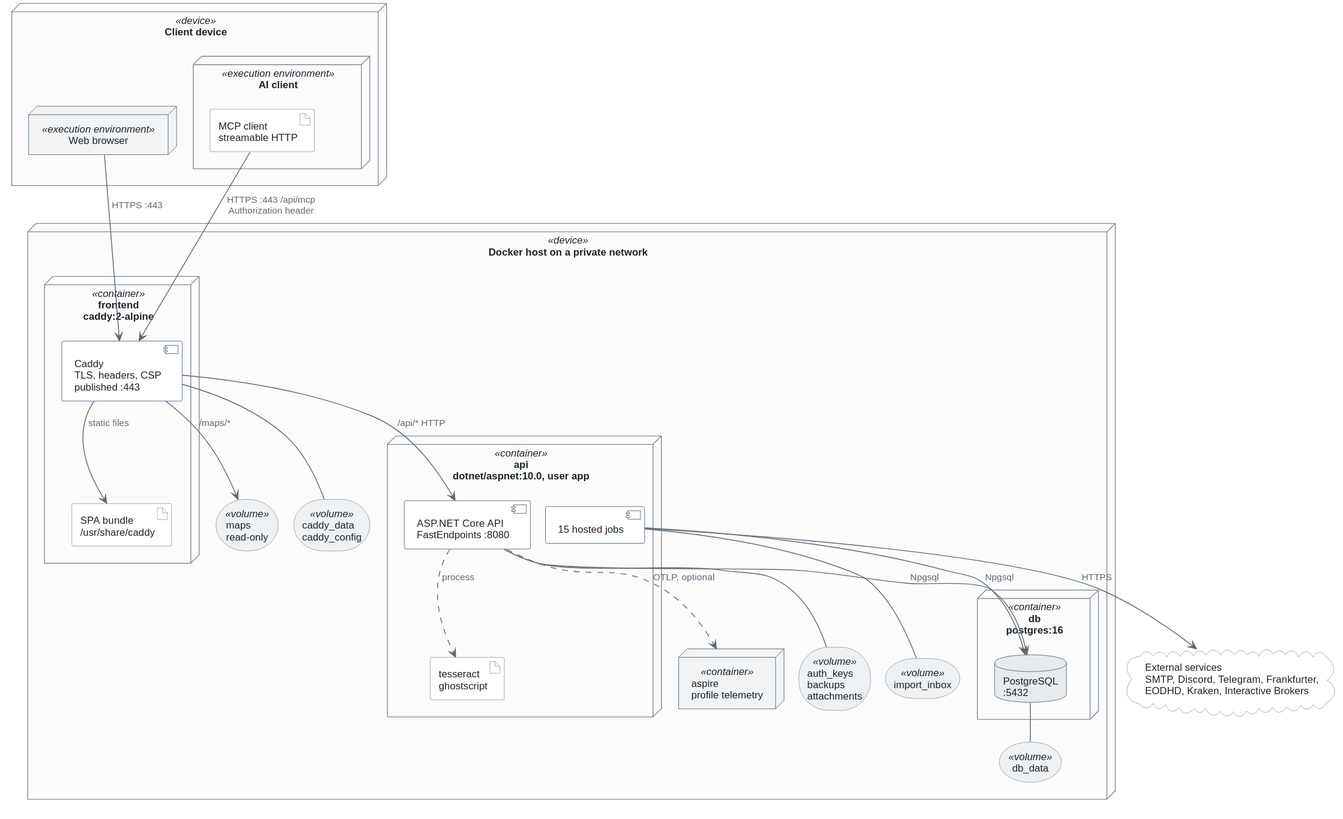
Justxs/Jx-Finance keeps this PlantUML diagram as docs/architecture/diagrams/deployment.svg. Above is the earlier version. Source of this version:
```plantuml
@startuml
!include style.iuml

node "Client device" <<device>> as client {
  node "Web browser" <<execution environment>> as browser
  node "AI client" <<execution environment>> as aiclient {
    artifact "MCP client\nstreamable HTTP" as mcp
  }
}

node "Docker host on a private network" <<device>> as host {
  node "frontend\ncaddy:2-alpine" <<container>> as fe {
    component "Caddy\nTLS, headers, CSP\npublished :443" as caddy
    artifact "SPA bundle\n/usr/share/caddy" as spa
  }
  node "api\ndotnet/aspnet:10.0, user app" <<container>> as api {
    component "ASP.NET Core API\nFastEndpoints :8080" as kestrel
    component "15 hosted jobs" as jobs
    artifact "tesseract\nghostscript" as ocr
  }
  node "db\npostgres:16" <<container>> as dbc {
    database "PostgreSQL\n:5432" as pg
  }
  node "aspire\nprofile telemetry" <<container>> as aspire

  storage "maps\nread-only" <<volume>> as vmaps
  storage "caddy_data\ncaddy_config" <<volume>> as vcaddy
  storage "auth_keys\nbackups\nattachments" <<volume>> as vapi
  storage "import_inbox" <<volume>> as vinbox
  storage "db_data" <<volume>> as vdb
}

cloud "External services\nSMTP, Discord, Telegram, Frankfurter,\nEODHD, Kraken, Interactive Brokers" as ext

browser --> caddy : HTTPS :443
mcp --> caddy : HTTPS :443 /api/mcp\nAuthorization header
caddy --> spa : static files
caddy --> vmaps : /maps/*
caddy -- vcaddy
caddy --> kestrel : /api/* HTTP
kestrel --> pg : Npgsql
jobs --> pg : Npgsql
kestrel ..> ocr : process
kestrel -- vapi
jobs -- vinbox
pg -- vdb
kestrel ..> aspire : OTLP, optional
jobs --> ext : HTTPS
@enduml
```
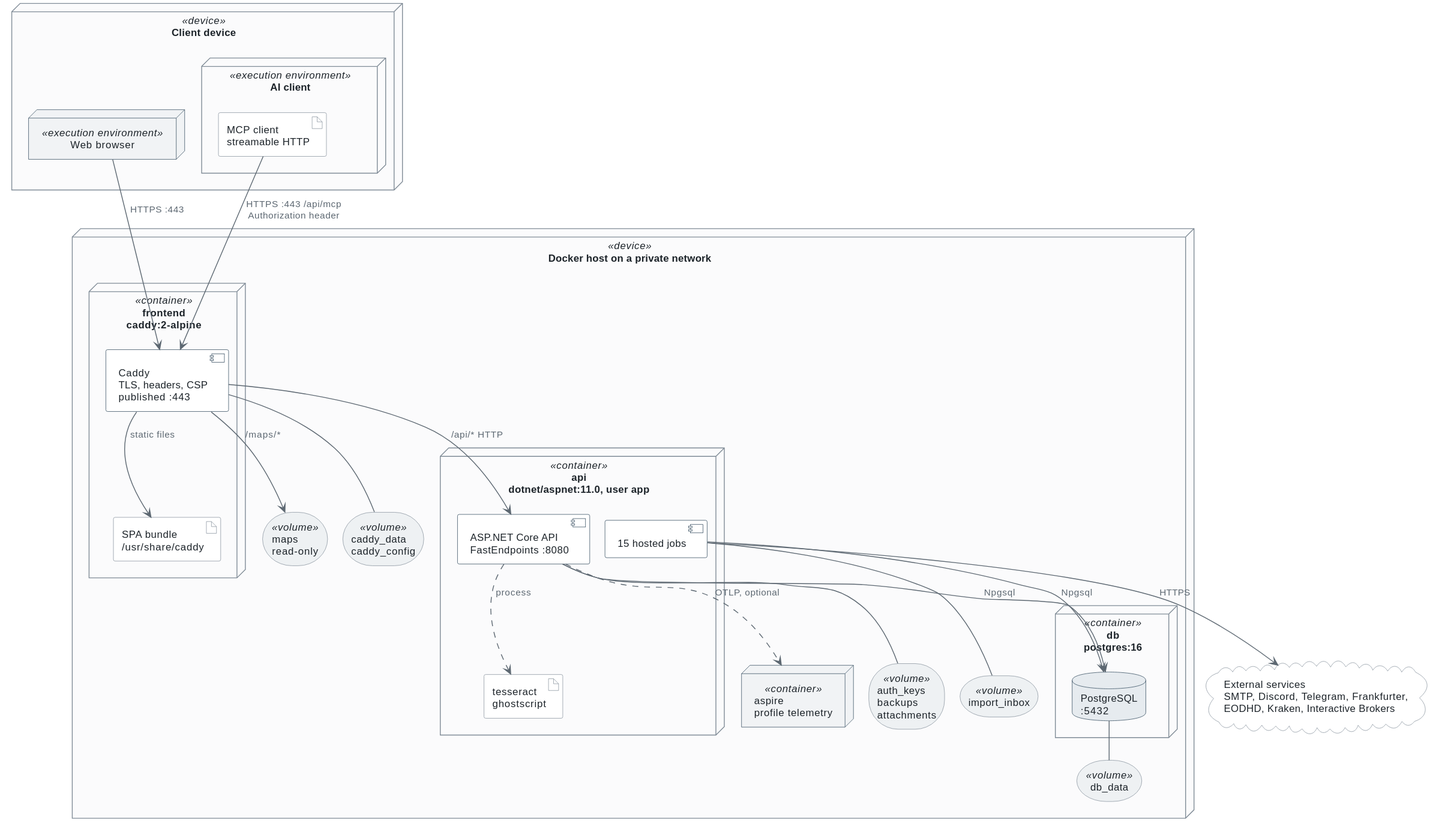
The same diagram one commit later.

What changed in the source:
```diff
@@ -13,7 +13,7 @@
     component "Caddy\nTLS, headers, CSP\npublished :443" as caddy
     artifact "SPA bundle\n/usr/share/caddy" as spa
   }
-  node "api\ndotnet/aspnet:10.0, user app" <<container>> as api {
+  node "api\ndotnet/aspnet:11.0, user app" <<container>> as api {
     component "ASP.NET Core API\nFastEndpoints :8080" as kestrel
     component "15 hosted jobs" as jobs
     artifact "tesseract\nghostscript" as ocr
```
